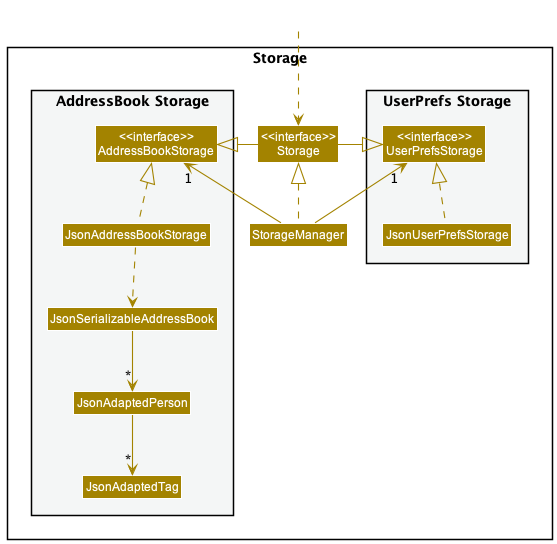
Before: docs/images/StorageClassDiagram.png, a diagram exported from PlantUML (nus-cs2103-AY2223S1/tp).
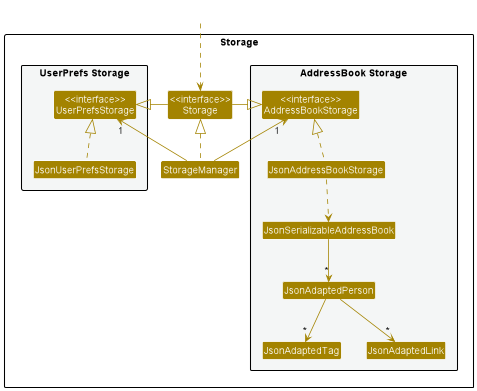
After the commit.

Commit message:
Add Sequence diagram for AddLink command

Diff of the diagram source:
```diff
@@ -20,6 +20,7 @@
 Class JsonSerializableAddressBook
 Class JsonAdaptedPerson
 Class JsonAdaptedTag
+Class JsonAdaptedLink
 }
 
 }
@@ -39,5 +40,6 @@
 JsonAddressBookStorage ..> JsonSerializableAddressBook
 JsonSerializableAddressBook --> "*" JsonAdaptedPerson
 JsonAdaptedPerson --> "*" JsonAdaptedTag
+JsonAdaptedPerson --> "*" JsonAdaptedLink
 
 @enduml
```
